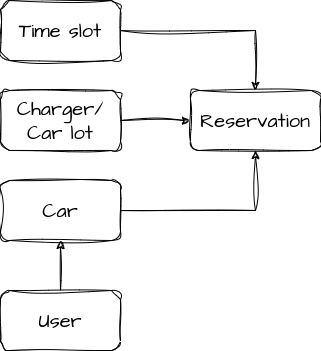
Earlier version of the draw.io export ev_charging_station/docs/EV_charging.drawio.png (akhavro/hymate). Source tidied: cells renumbered, new cells last; positions are measured from the earlier drawing's top-left corner, leaving out a move shared by most shapes. Source of this version:
```xml
<mxGraphModel>
  <root>
    <mxCell id="0" />
    <mxCell id="1" parent="0" />
    <mxCell id="2" style="edgeStyle=orthogonalEdgeStyle;rounded=0;sketch=1;hachureGap=4;jiggle=2;curveFitting=1;jettySize=auto;html=1;exitX=1;exitY=0.5;exitDx=0;exitDy=0;entryX=0;entryY=0.5;entryDx=0;entryDy=0;fontFamily=Architects Daughter;fontSource=https%3A%2F%2Ffonts.googleapis.com%2Fcss%3Ffamily%3DArchitects%2BDaughter;fontSize=16;" parent="1" edge="1" source="3" target="4">
      <mxGeometry relative="1" as="geometry" />
    </mxCell>
    <mxCell id="3" value="Charger/&lt;br&gt;Car lot" style="rounded=1;whiteSpace=wrap;html=1;sketch=1;hachureGap=4;jiggle=2;curveFitting=1;fontFamily=Architects Daughter;fontSource=https%3A%2F%2Ffonts.googleapis.com%2Fcss%3Ffamily%3DArchitects%2BDaughter;fontSize=20;" parent="1" vertex="1">
      <mxGeometry y="90" width="120" height="60" as="geometry" />
    </mxCell>
    <mxCell id="4" value="Reservation" style="rounded=1;whiteSpace=wrap;html=1;sketch=1;hachureGap=4;jiggle=2;curveFitting=1;fontFamily=Architects Daughter;fontSource=https%3A%2F%2Ffonts.googleapis.com%2Fcss%3Ffamily%3DArchitects%2BDaughter;fontSize=20;" parent="1" vertex="1">
      <mxGeometry x="190" y="90" width="130" height="60" as="geometry" />
    </mxCell>
    <mxCell id="5" style="edgeStyle=orthogonalEdgeStyle;rounded=0;sketch=1;hachureGap=4;jiggle=2;curveFitting=1;jettySize=auto;html=1;exitX=1;exitY=0.5;exitDx=0;exitDy=0;entryX=0.5;entryY=0;entryDx=0;entryDy=0;fontFamily=Architects Daughter;fontSource=https%3A%2F%2Ffonts.googleapis.com%2Fcss%3Ffamily%3DArchitects%2BDaughter;fontSize=16;" parent="1" edge="1" source="6" target="4">
      <mxGeometry relative="1" as="geometry" />
    </mxCell>
    <mxCell id="6" value="Time slot" style="rounded=1;whiteSpace=wrap;html=1;sketch=1;hachureGap=4;jiggle=2;curveFitting=1;fontFamily=Architects Daughter;fontSource=https%3A%2F%2Ffonts.googleapis.com%2Fcss%3Ffamily%3DArchitects%2BDaughter;fontSize=20;" parent="1" vertex="1">
      <mxGeometry width="120" height="60" as="geometry" />
    </mxCell>
    <mxCell id="7" style="edgeStyle=orthogonalEdgeStyle;rounded=0;sketch=1;hachureGap=4;jiggle=2;curveFitting=1;jettySize=auto;html=1;exitX=1;exitY=0.5;exitDx=0;exitDy=0;entryX=0.5;entryY=1;entryDx=0;entryDy=0;fontFamily=Architects Daughter;fontSource=https%3A%2F%2Ffonts.googleapis.com%2Fcss%3Ffamily%3DArchitects%2BDaughter;fontSize=16;" parent="1" edge="1" source="8" target="4">
      <mxGeometry relative="1" as="geometry" />
    </mxCell>
    <mxCell id="8" value="Car" style="rounded=1;whiteSpace=wrap;html=1;sketch=1;hachureGap=4;jiggle=2;curveFitting=1;fontFamily=Architects Daughter;fontSource=https%3A%2F%2Ffonts.googleapis.com%2Fcss%3Ffamily%3DArchitects%2BDaughter;fontSize=20;" parent="1" vertex="1">
      <mxGeometry y="180" width="120" height="60" as="geometry" />
    </mxCell>
    <mxCell id="9" style="edgeStyle=orthogonalEdgeStyle;rounded=0;sketch=1;hachureGap=4;jiggle=2;curveFitting=1;jettySize=auto;html=1;exitX=0.5;exitY=0;exitDx=0;exitDy=0;entryX=0.5;entryY=1;entryDx=0;entryDy=0;fontFamily=Architects Daughter;fontSource=https%3A%2F%2Ffonts.googleapis.com%2Fcss%3Ffamily%3DArchitects%2BDaughter;fontSize=16;" parent="1" edge="1" source="10" target="8">
      <mxGeometry relative="1" as="geometry" />
    </mxCell>
    <mxCell id="10" value="User" style="rounded=1;whiteSpace=wrap;html=1;sketch=1;hachureGap=4;jiggle=2;curveFitting=1;fontFamily=Architects Daughter;fontSource=https%3A%2F%2Ffonts.googleapis.com%2Fcss%3Ffamily%3DArchitects%2BDaughter;fontSize=20;" parent="1" vertex="1">
      <mxGeometry y="290" width="120" height="60" as="geometry" />
    </mxCell>
  </root>
</mxGraphModel>
```
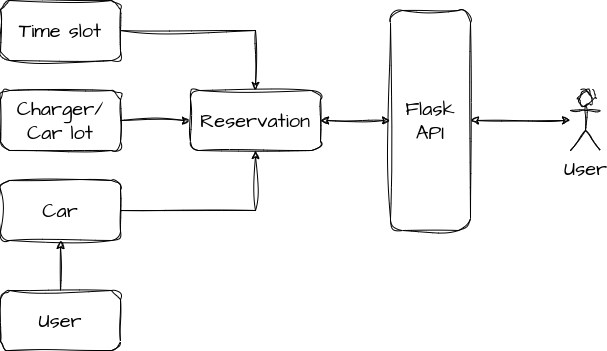
Above is the later version.

Diff of the diagram source:
```diff
@@ -29,5 +29,17 @@
     <mxCell id="10" value="User" style="rounded=1;whiteSpace=wrap;html=1;sketch=1;hachureGap=4;jiggle=2;curveFitting=1;fontFamily=Architects Daughter;fontSource=https%3A%2F%2Ffonts.googleapis.com%2Fcss%3Ffamily%3DArchitects%2BDaughter;fontSize=20;" parent="1" vertex="1">
       <mxGeometry y="290" width="120" height="60" as="geometry" />
     </mxCell>
+    <mxCell id="11" style="edgeStyle=orthogonalEdgeStyle;rounded=0;sketch=1;hachureGap=4;jiggle=2;curveFitting=1;jettySize=auto;html=1;exitX=0;exitY=0.5;exitDx=0;exitDy=0;entryX=1;entryY=0.5;entryDx=0;entryDy=0;fontFamily=Architects Daughter;fontSource=https%3A%2F%2Ffonts.googleapis.com%2Fcss%3Ffamily%3DArchitects%2BDaughter;fontSize=16;startArrow=classic;startFill=1;" parent="1" edge="1" source="12" target="4">
+      <mxGeometry relative="1" as="geometry" />
+    </mxCell>
+    <mxCell id="12" value="Flask &lt;br&gt;API" style="rounded=1;whiteSpace=wrap;html=1;sketch=1;hachureGap=4;jiggle=2;curveFitting=1;fontFamily=Architects Daughter;fontSource=https%3A%2F%2Ffonts.googleapis.com%2Fcss%3Ffamily%3DArchitects%2BDaughter;fontSize=20;" parent="1" vertex="1">
+      <mxGeometry x="390" y="10" width="80" height="220" as="geometry" />
+    </mxCell>
+    <mxCell id="13" style="edgeStyle=orthogonalEdgeStyle;rounded=0;sketch=1;hachureGap=4;jiggle=2;curveFitting=1;jettySize=auto;html=1;entryX=1;entryY=0.5;entryDx=0;entryDy=0;fontFamily=Architects Daughter;fontSource=https%3A%2F%2Ffonts.googleapis.com%2Fcss%3Ffamily%3DArchitects%2BDaughter;fontSize=16;startArrow=classic;startFill=1;" parent="1" edge="1" source="14" target="12">
+      <mxGeometry relative="1" as="geometry" />
+    </mxCell>
+    <mxCell id="14" value="User" style="shape=umlActor;verticalLabelPosition=bottom;verticalAlign=top;html=1;outlineConnect=0;sketch=1;hachureGap=4;jiggle=2;curveFitting=1;fontFamily=Architects Daughter;fontSource=https%3A%2F%2Ffonts.googleapis.com%2Fcss%3Ffamily%3DArchitects%2BDaughter;fontSize=20;" parent="1" vertex="1">
+      <mxGeometry x="570" y="90" width="30" height="60" as="geometry" />
+    </mxCell>
   </root>
 </mxGraphModel>
```
